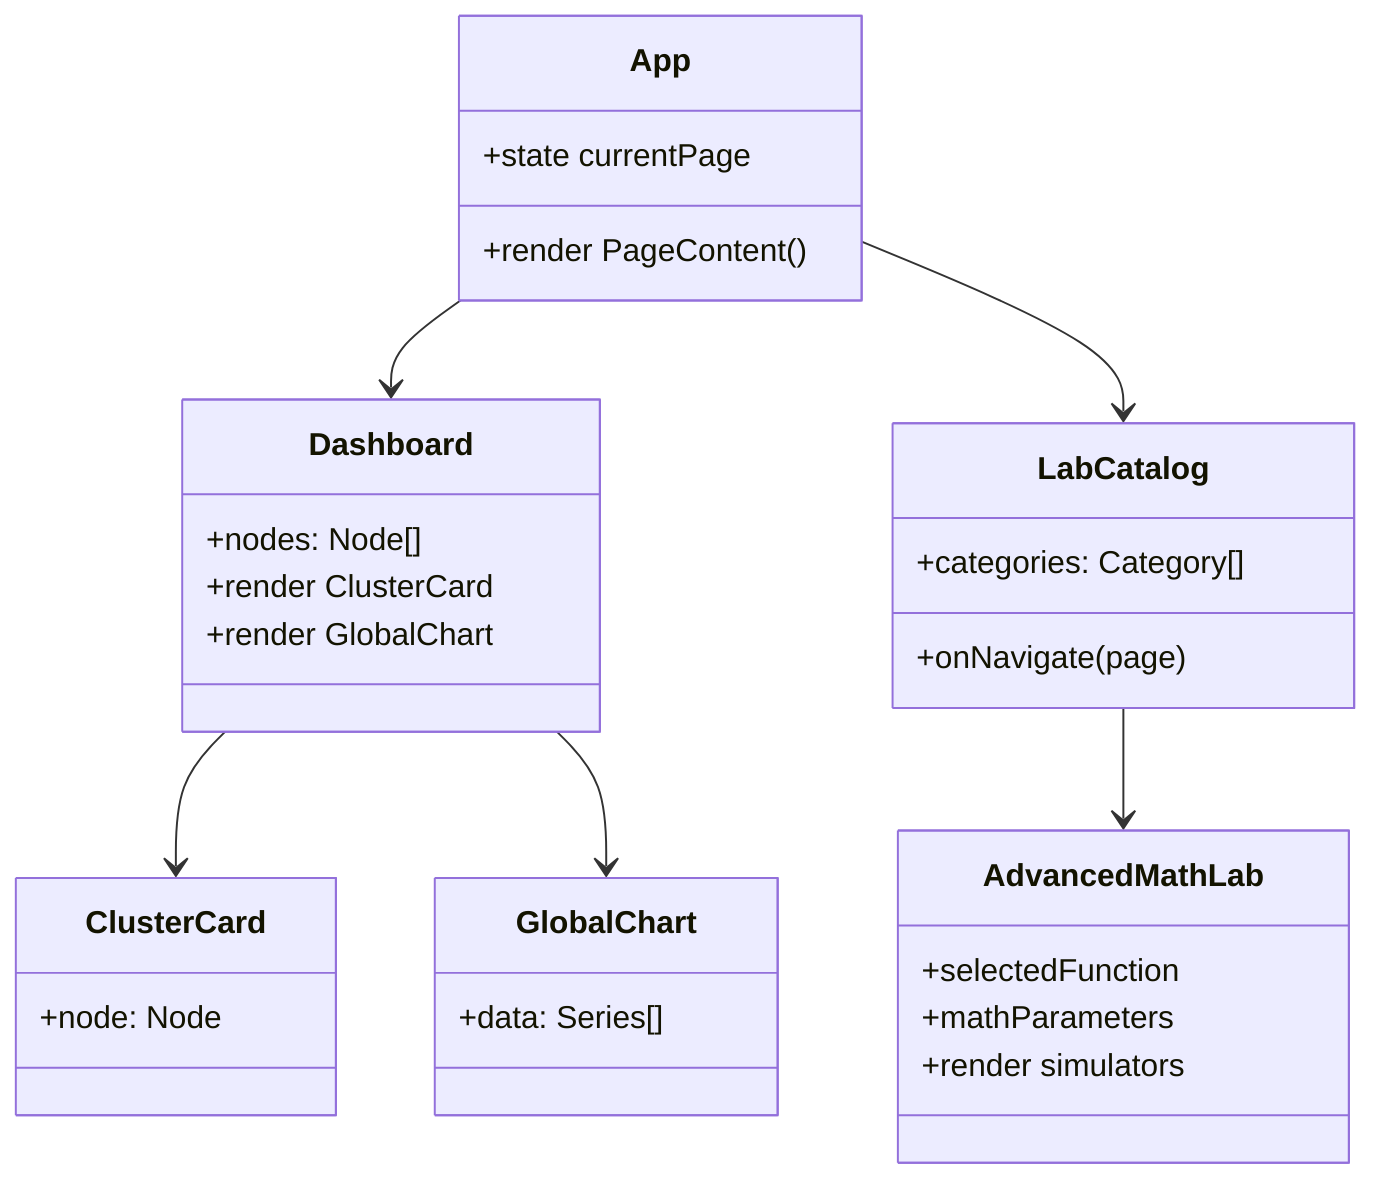
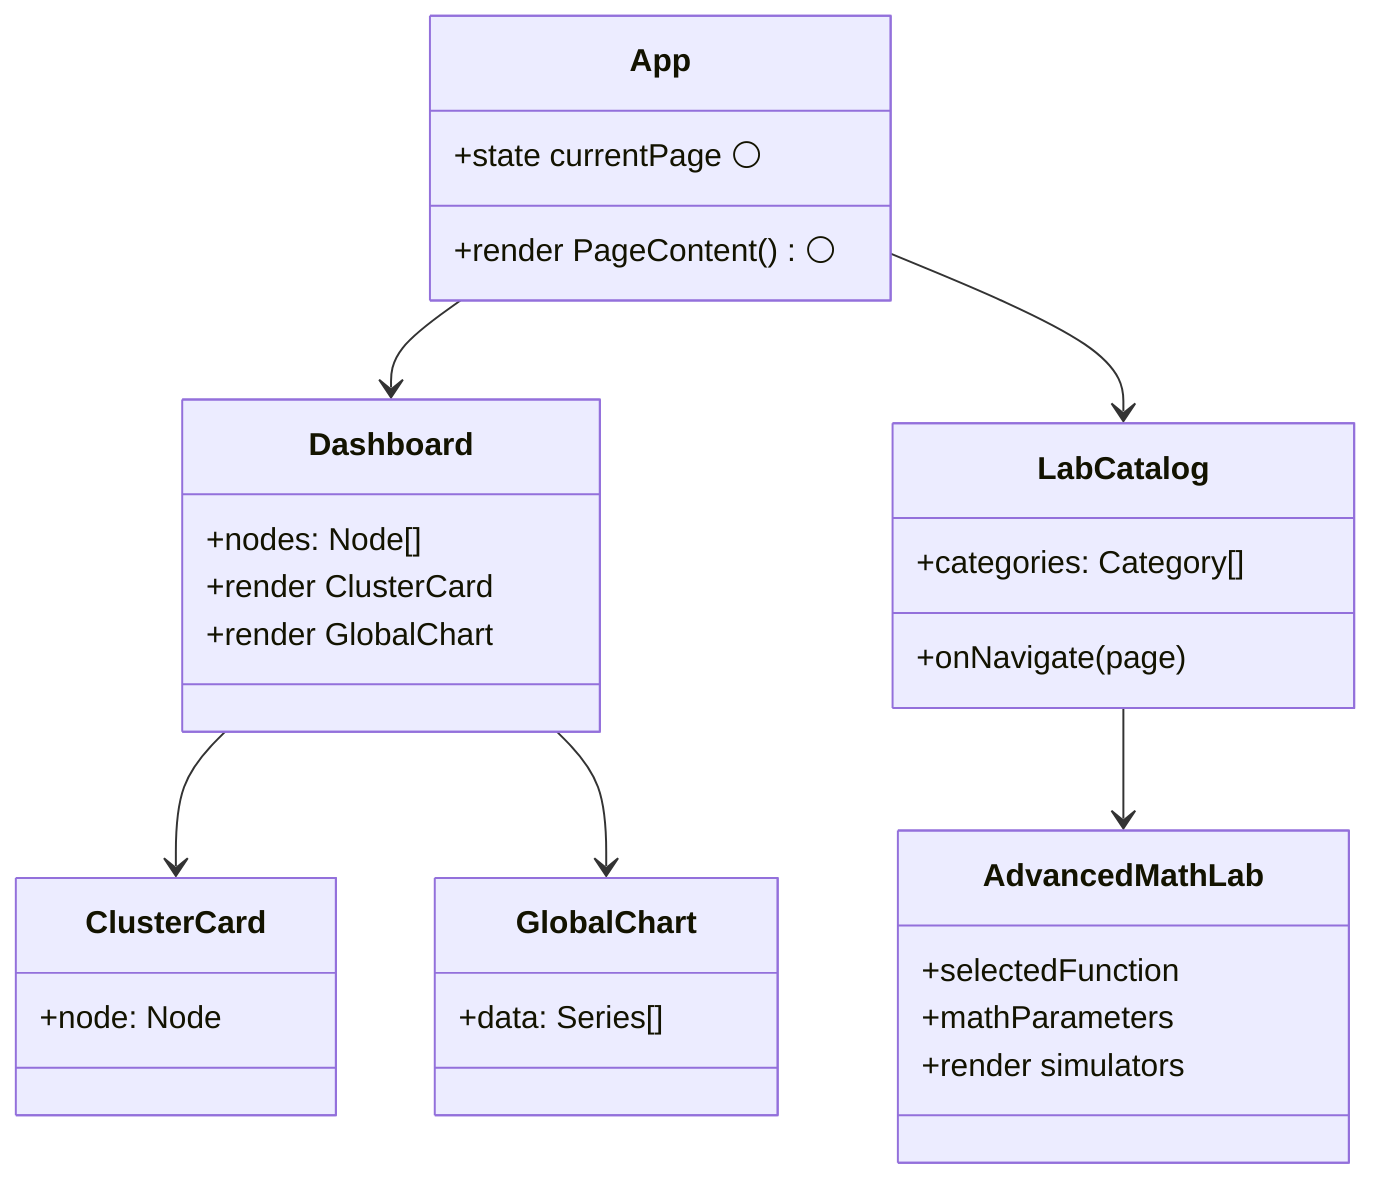
+ %% ⚪ DIAGRAMA SUPERADO — modela App.jsx con patrón de estado (currentPage),
+ %% pero el App.jsx real usa react-router-dom (<Routes>/<Route>/useNavigate)
+ %% desde antes del Día 4. Los miembros marcados con ⚪ abajo (currentPage,
+ %% render PageContent()) no existen en el App.jsx real.
+ %% Ver docs/diagrams/sequence_navigation.mmd (mismo problema).
+ 
classDiagram
  class App {
-     +state currentPage
-     +render PageContent()
+     +state currentPage ⚪
+     +render PageContent() ⚪
  }
  class Dashboard {
    +nodes: Node[]
    +render ClusterCard
    +render GlobalChart
  }
  class LabCatalog {
    +categories: Category[]
    +onNavigate(page)
  }
  class AdvancedMathLab {
    +selectedFunction
    +mathParameters
    +render simulators
  }
  class ClusterCard {
    +node: Node
  }
  class GlobalChart {
    +data: Series[]
  }

  App --> Dashboard
  App --> LabCatalog
  LabCatalog --> AdvancedMathLab
  Dashboard --> ClusterCard
  Dashboard --> GlobalChart